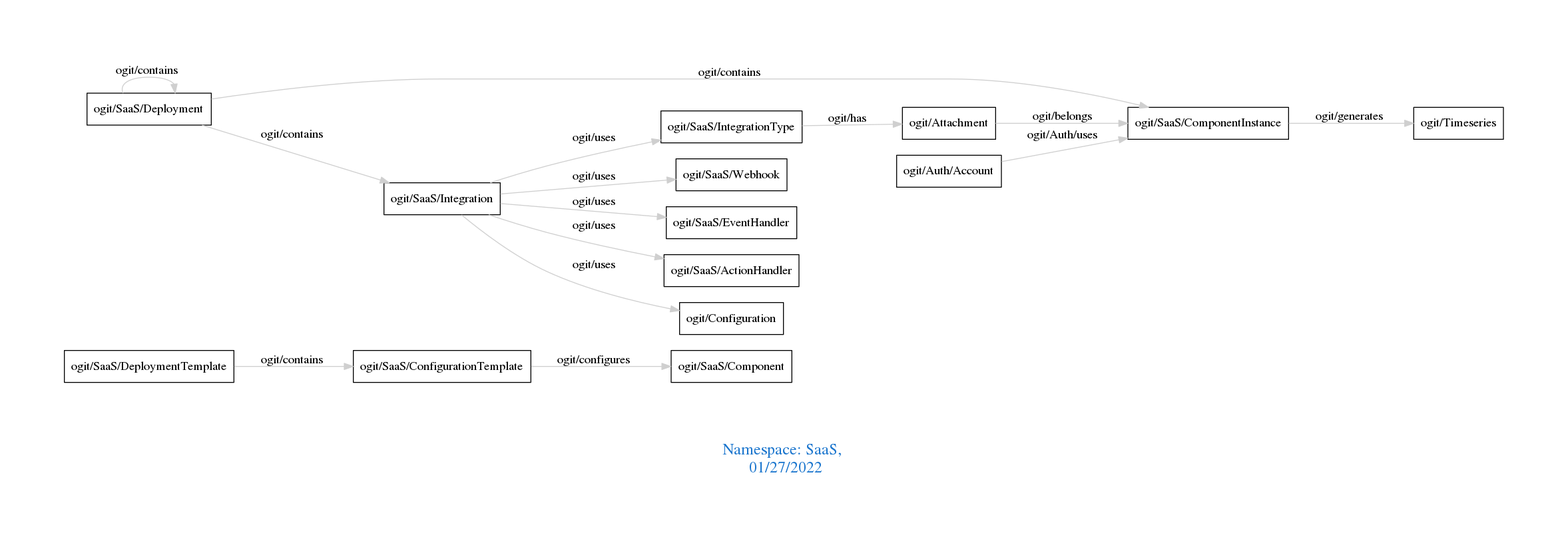
This is downloads/SaaS.png from arago/OGIT, a Graphviz export, as it was before one commit. Its source is kept beside it as downloads/SaaS.dot.
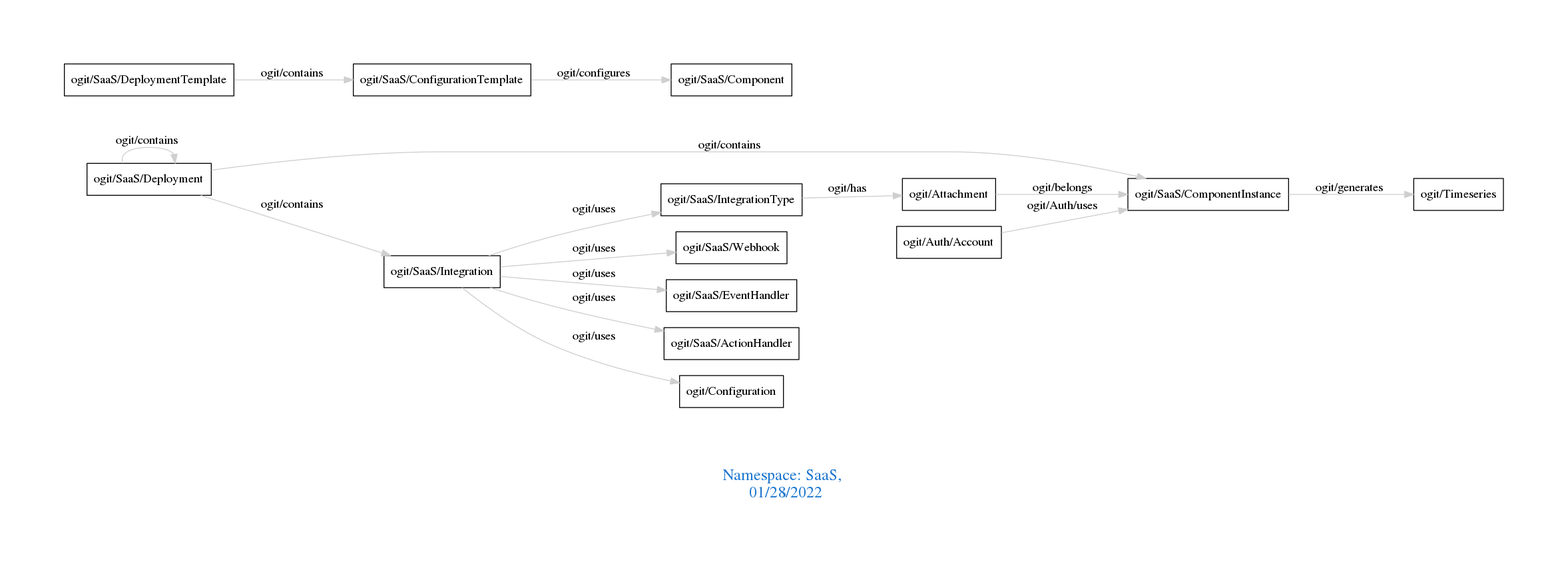
After the commit.

Diff of the diagram source:
```diff
@@ -1,13 +1,13 @@
 digraph OGIT_ontology {
  graph [ rankdir= LR,pad=1
 fontsize = 18,
-fontcolor= dodgerblue3,label = "\n\n\nNamespace: SaaS, \n 01/27/2022"];
+fontcolor= dodgerblue3,label = "\n\n\nNamespace: SaaS, \n 01/28/2022"];
 node[shape=polygon];
 edge [  color="gray81"];
 
-   "ogit/SaaS/DeploymentTemplate" -> "ogit/SaaS/ConfigurationTemplate" [label="   ogit/contains    "];
    "ogit/SaaS/Deployment" -> "ogit/SaaS/ComponentInstance" [label="   ogit/contains    "];
    "ogit/SaaS/Deployment" -> "ogit/SaaS/Integration" [label="   ogit/contains    "];
+   "ogit/SaaS/DeploymentTemplate" -> "ogit/SaaS/ConfigurationTemplate" [label="   ogit/contains    "];
    "ogit/SaaS/ComponentInstance" -> "ogit/Timeseries" [label="   ogit/generates    "];
    "ogit/SaaS/ConfigurationTemplate" -> "ogit/SaaS/Component" [label="   ogit/configures    "];
    "ogit/Attachment" -> "ogit/SaaS/ComponentInstance" [label="   ogit/belongs    "];
```
